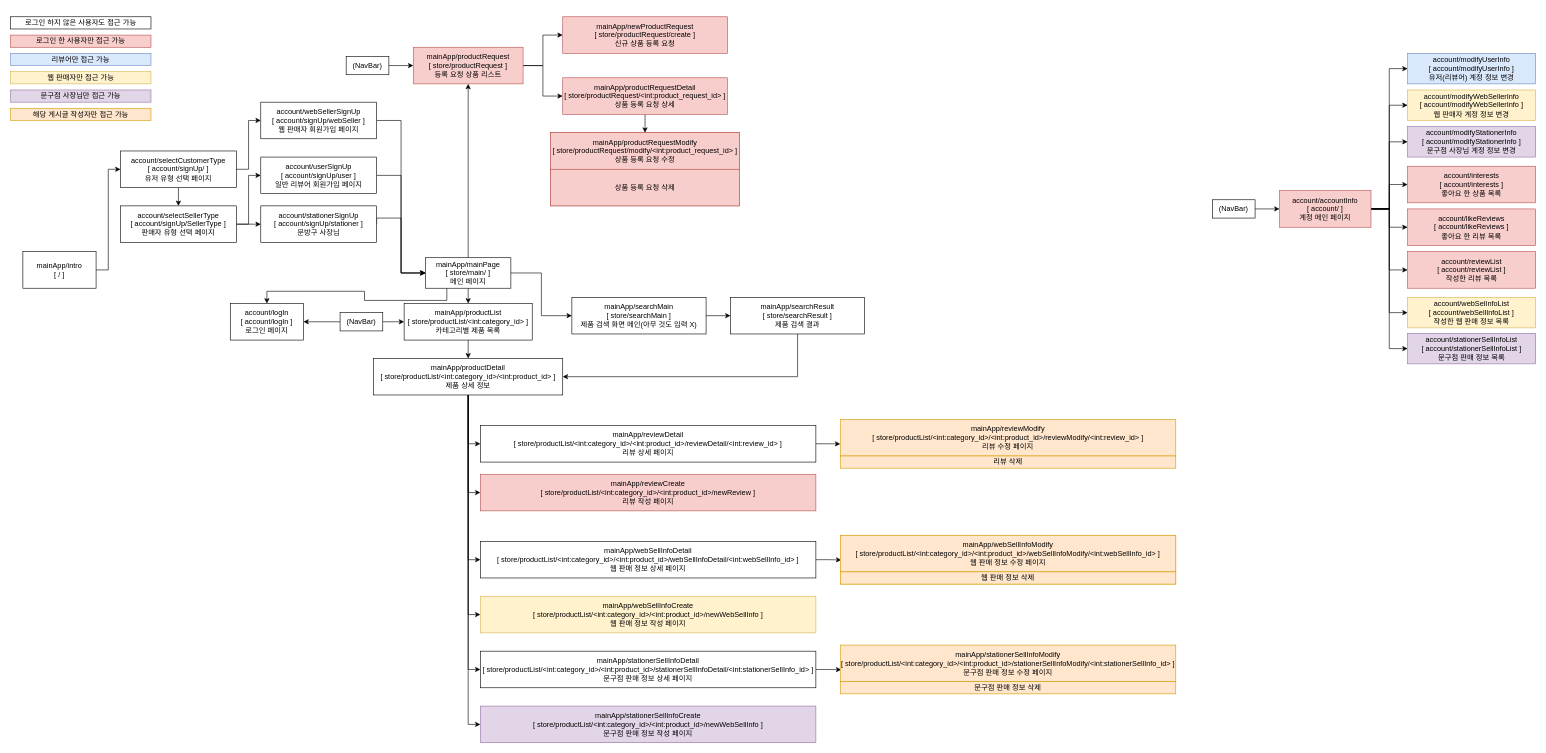
The draw.io diagram forWork/사자네 문방구 Templates.drawio in pcjs156/LionStore, before the edit. Source tidied: cells renumbered, new cells numbered last; positions are measured from the earlier drawing's top-left corner, leaving out a move shared by most shapes. Both pictures are drawn from the tidied source at 61%, with x=0, y=0 at pixel (10, 16).
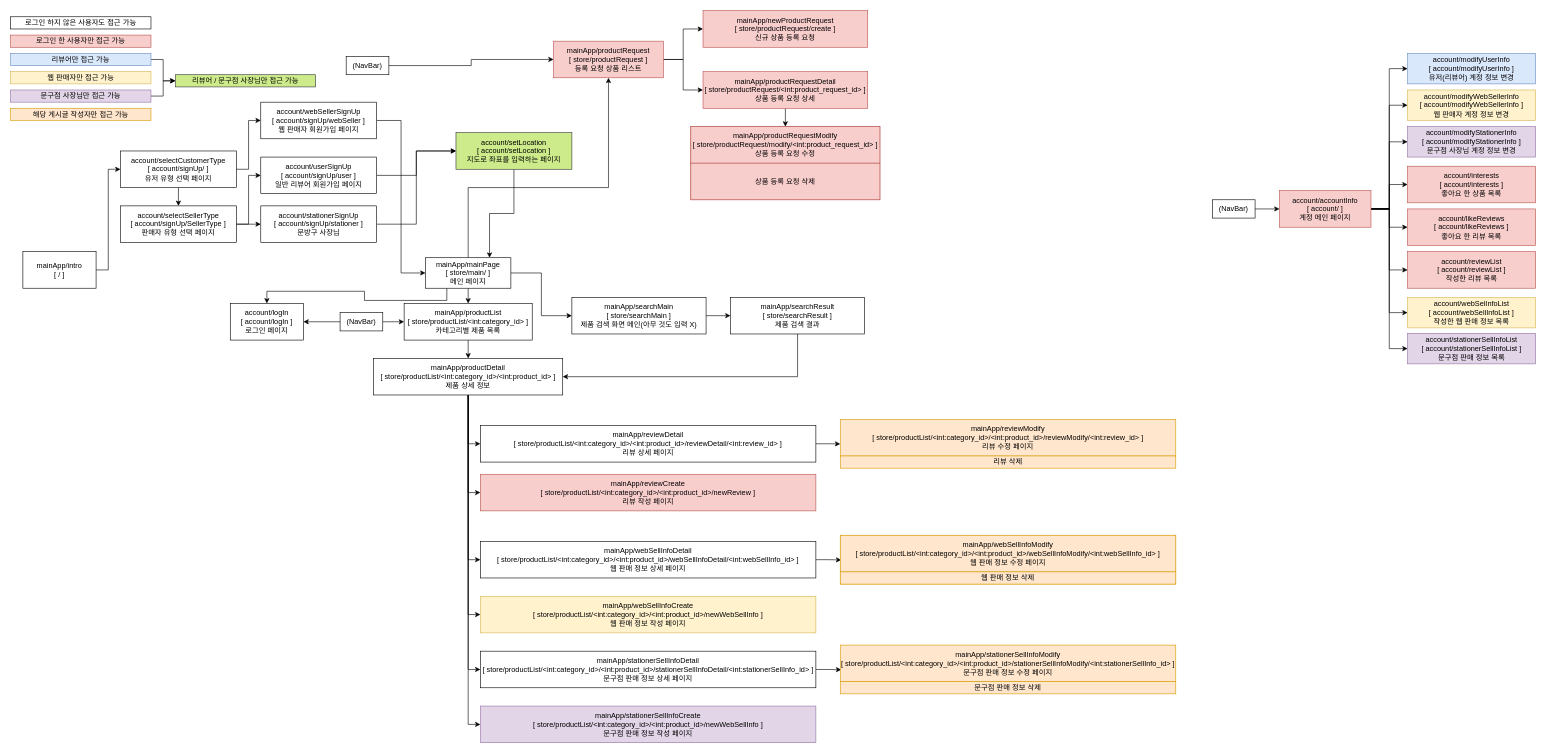
After the change.

Unchanged cells that the change refers to:
```xml
<mxCell id="8" value="mainApp/mainPage&lt;br&gt;[ store/main/ ]&lt;br&gt;메인 페이지" style="rounded=0;whiteSpace=wrap;html=1;" parent="1" vertex="1">
  <mxGeometry x="680" y="395" width="140" height="50" as="geometry" />
</mxCell>
<mxCell id="19" value="mainApp/productRequestModify&lt;br&gt;[ store/productRequest/modify/&amp;lt;int:product_request_id&amp;gt; ]&lt;br&gt;상품 등록 요청 수정" style="rounded=0;whiteSpace=wrap;html=1;fillColor=#f8cecc;strokeColor=#b85450;" parent="18" vertex="1">
  <mxGeometry width="310" height="60" as="geometry" />
</mxCell>
<mxCell id="51" value="리뷰어만 접근 가능" style="rounded=0;whiteSpace=wrap;html=1;fillColor=#dae8fc;strokeColor=#6c8ebf;" parent="1" vertex="1">
  <mxGeometry y="60" width="230" height="20" as="geometry" />
</mxCell>
<mxCell id="53" value="문구점 사장님만 접근 가능" style="rounded=0;whiteSpace=wrap;html=1;fillColor=#e1d5e7;strokeColor=#9673a6;" parent="1" vertex="1">
  <mxGeometry y="120" width="230" height="20" as="geometry" />
</mxCell>
<mxCell id="84" value="account/userSignUp&lt;br&gt;[ account/signUp/user ]&lt;br&gt;일반 리뷰어 회원가입 페이지" style="rounded=0;whiteSpace=wrap;html=1;" parent="1" vertex="1">
  <mxGeometry x="410" y="230" width="190" height="60" as="geometry" />
</mxCell>
<mxCell id="85" value="account/stationerSignUp&lt;br&gt;[ account/signUp/stationer ]&lt;br&gt;문방구 사장님" style="rounded=0;whiteSpace=wrap;html=1;" parent="1" vertex="1">
  <mxGeometry x="410" y="310" width="190" height="60" as="geometry" />
</mxCell>
```

Diff of the diagram source:
```diff
@@
     <mxCell id="6" style="edgeStyle=orthogonalEdgeStyle;rounded=0;jettySize=auto;html=1;exitX=0.5;exitY=0;exitDx=0;exitDy=0;entryX=0.5;entryY=1;entryDx=0;entryDy=0;" parent="1" edge="1" source="8" target="14">
-      <mxGeometry relative="1" as="geometry" />
+      <mxGeometry relative="1" as="geometry">
+        <Array as="points">
+          <mxPoint x="750" y="280" />
+          <mxPoint x="980" y="280" />
+        </Array>
+      </mxGeometry>
     </mxCell>
@@
-    <mxCell id="10" style="edgeStyle=orthogonalEdgeStyle;rounded=0;jettySize=auto;html=1;exitX=1;exitY=0.5;exitDx=0;exitDy=0;entryX=0;entryY=0.5;entryDx=0;entryDy=0;" parent="1" edge="1" source="84" target="8">
-      <mxGeometry relative="1" as="geometry" />
-    </mxCell>
-    <mxCell id="11" style="edgeStyle=orthogonalEdgeStyle;rounded=0;jettySize=auto;html=1;exitX=1;exitY=0.5;exitDx=0;exitDy=0;" parent="1" edge="1" source="85">
-      <mxGeometry relative="1" as="geometry">
-        <mxPoint x="680" y="420" as="targetPoint" />
-        <Array as="points">
-          <mxPoint x="640" y="330" />
-          <mxPoint x="640" y="420" />
-        </Array>
-      </mxGeometry>
-    </mxCell>
@@
     <mxCell id="14" value="mainApp/productRequest&lt;br&gt;[ store/productRequest ]&lt;br&gt;등록 요청 상품 리스트" style="rounded=0;whiteSpace=wrap;html=1;fillColor=#f8cecc;strokeColor=#b85450;" parent="1" vertex="1">
-      <mxGeometry x="660" y="50" width="180" height="60" as="geometry" />
+      <mxGeometry x="890" y="40" width="180" height="60" as="geometry" />
     </mxCell>
     <mxCell id="15" value="mainApp/newProductRequest&lt;br&gt;[ store/productRequest/create ]&lt;br&gt;신규 상품 등록 요청" style="rounded=0;whiteSpace=wrap;html=1;fillColor=#f8cecc;strokeColor=#b85450;" parent="1" vertex="1">
-      <mxGeometry x="905" width="270" height="60" as="geometry" />
+      <mxGeometry x="1135" y="-10" width="270" height="60" as="geometry" />
     </mxCell>
-    <mxCell id="16" style="edgeStyle=orthogonalEdgeStyle;rounded=0;jettySize=auto;html=1;exitX=0.5;exitY=1;exitDx=0;exitDy=0;" parent="1" edge="1" source="17">
-      <mxGeometry relative="1" as="geometry">
-        <mxPoint x="1039.9" y="190" as="targetPoint" />
-      </mxGeometry>
+    <mxCell id="16" style="edgeStyle=orthogonalEdgeStyle;rounded=0;jettySize=auto;html=1;exitX=0.5;exitY=1;exitDx=0;exitDy=0;entryX=0.5;entryY=0;entryDx=0;entryDy=0;" parent="1" edge="1" source="17" target="19">
+      <mxGeometry relative="1" as="geometry" />
     </mxCell>
     <mxCell id="17" value="mainApp/productRequestDetail&lt;br&gt;[ store/productRequest/&amp;lt;int:product_request_id&amp;gt; ]&lt;br&gt;상품 등록 요청 상세" style="rounded=0;whiteSpace=wrap;html=1;fillColor=#f8cecc;strokeColor=#b85450;" parent="1" vertex="1">
-      <mxGeometry x="905" y="100" width="270" height="60" as="geometry" />
+      <mxGeometry x="1135" y="90" width="270" height="60" as="geometry" />
     </mxCell>
     <mxCell id="18" style="group;fillColor=#f8cecc;strokeColor=#b85450;" parent="1" vertex="1">
-      <mxGeometry x="885" y="190" width="310" height="120" as="geometry" />
+      <mxGeometry x="1115" y="180" width="310" height="120" as="geometry" />
     </mxCell>
@@
+    <mxCell id="92" style="edgeStyle=orthogonalEdgeStyle;rounded=0;jettySize=auto;html=1;exitX=1;exitY=0.5;exitDx=0;exitDy=0;entryX=0;entryY=0.5;entryDx=0;entryDy=0;" parent="1" edge="1" source="51" target="98">
+      <mxGeometry relative="1" as="geometry" />
+    </mxCell>
@@
+    <mxCell id="93" style="edgeStyle=orthogonalEdgeStyle;rounded=0;jettySize=auto;html=1;exitX=1;exitY=0.5;exitDx=0;exitDy=0;entryX=0;entryY=0.5;entryDx=0;entryDy=0;" parent="1" edge="1" source="53" target="98">
+      <mxGeometry relative="1" as="geometry" />
+    </mxCell>
@@
+    <mxCell id="94" style="edgeStyle=orthogonalEdgeStyle;rounded=0;jettySize=auto;html=1;exitX=1;exitY=0.5;exitDx=0;exitDy=0;entryX=0;entryY=0.5;entryDx=0;entryDy=0;" parent="1" edge="1" source="84" target="97">
+      <mxGeometry relative="1" as="geometry" />
+    </mxCell>
@@
+    <mxCell id="95" style="edgeStyle=orthogonalEdgeStyle;rounded=0;jettySize=auto;html=1;exitX=1;exitY=0.5;exitDx=0;exitDy=0;entryX=0;entryY=0.5;entryDx=0;entryDy=0;" parent="1" edge="1" source="85" target="97">
+      <mxGeometry relative="1" as="geometry" />
+    </mxCell>
@@
+    <mxCell id="96" style="edgeStyle=orthogonalEdgeStyle;rounded=0;jettySize=auto;html=1;exitX=0.5;exitY=1;exitDx=0;exitDy=0;entryX=0.75;entryY=0;entryDx=0;entryDy=0;" parent="1" edge="1" source="97" target="8">
+      <mxGeometry relative="1" as="geometry" />
+    </mxCell>
+    <mxCell id="97" value="account/setLocation&lt;br&gt;[ account/setLocation ]&lt;br&gt;지도로 좌표를 입력하는 페이지" style="rounded=0;whiteSpace=wrap;html=1;fillColor=#cdeb8b;strokeColor=#36393d;" parent="1" vertex="1">
+      <mxGeometry x="730" y="190" width="190" height="60" as="geometry" />
+    </mxCell>
+    <mxCell id="98" value="리뷰어 / 문구점 사장님만 접근 가능" style="rounded=0;whiteSpace=wrap;html=1;fillColor=#cdeb8b;strokeColor=#36393d;" parent="1" vertex="1">
+      <mxGeometry x="270" y="95" width="230" height="20" as="geometry" />
+    </mxCell>
```
